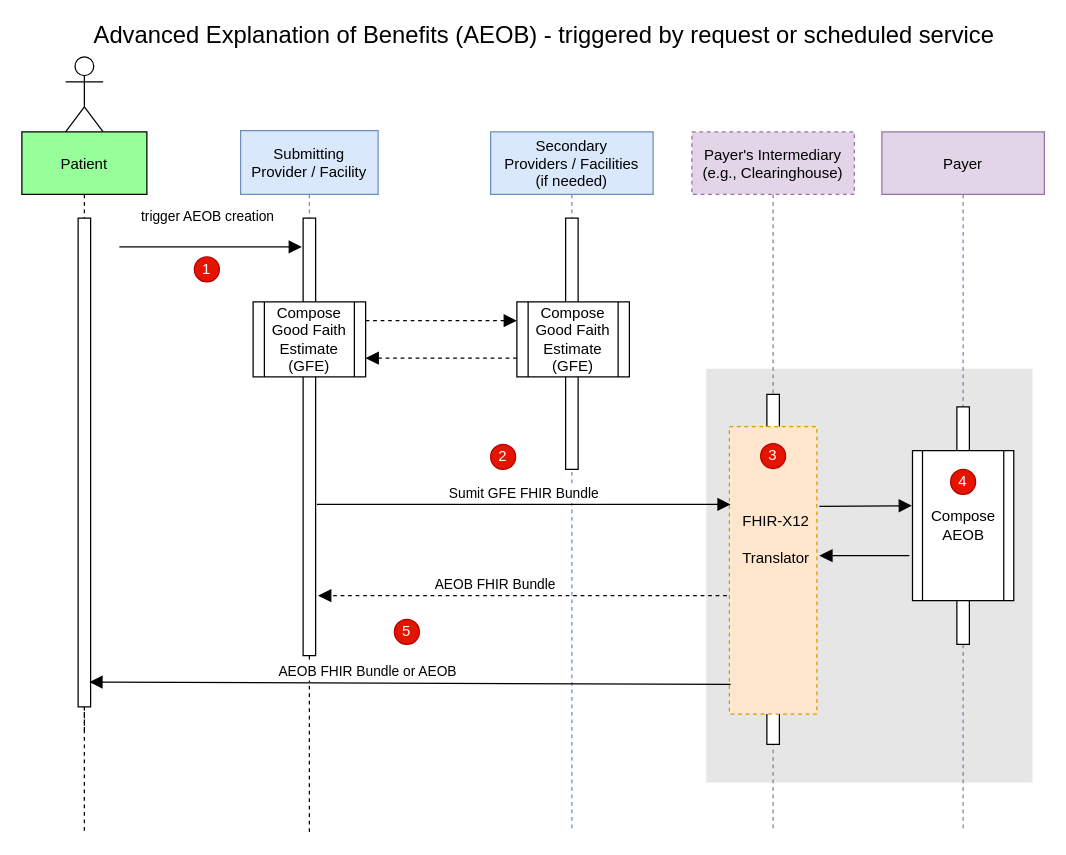
Earlier version of the draw.io diagram input/images/AEOB-interaction.drawio (HL7/davinci-pct). Source tidied: cells renumbered, new cells numbered last; positions are measured from the earlier drawing's top-left corner, leaving out a move shared by most shapes. Both pictures are drawn from the tidied source at 125%, with x=0, y=0 at pixel (21, 22).
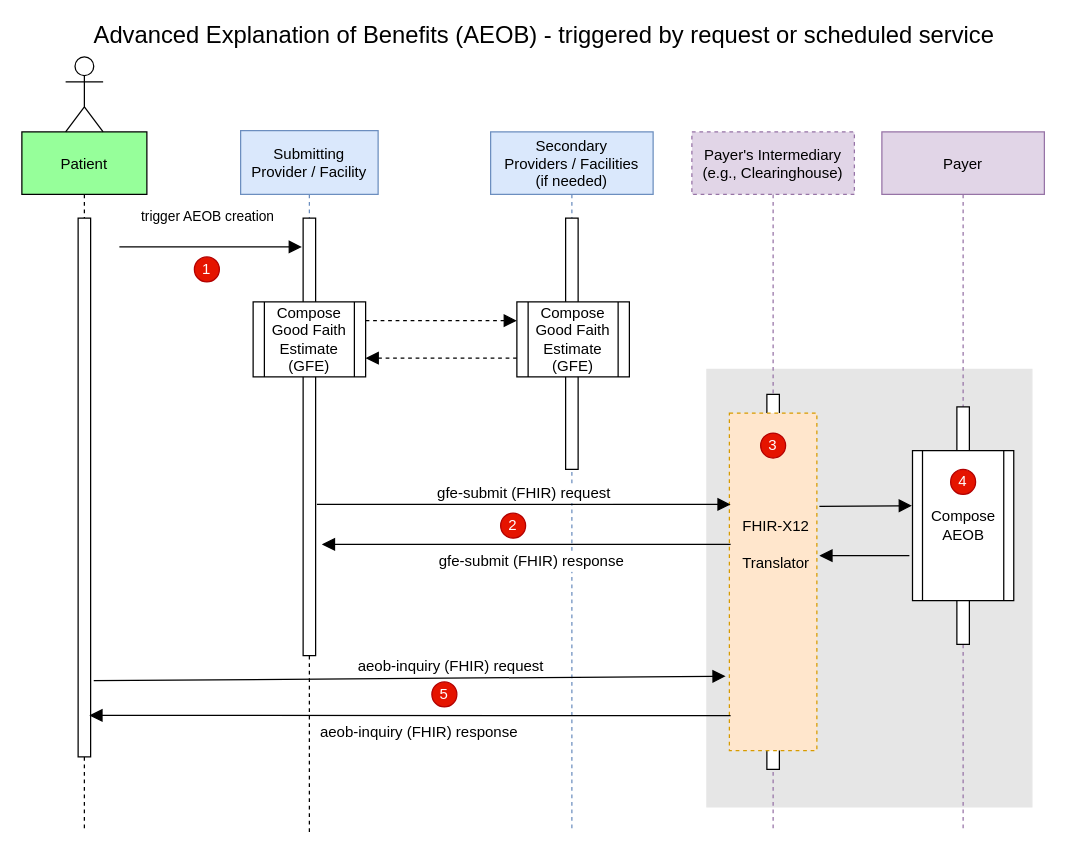
The same page after the edit.

The change refers to these unchanged cells:
```xml
<mxCell id="21" value="Payer's Intermediary&#10;(e.g., Clearinghouse)" style="shape=umlLifeline;perimeter=lifelinePerimeter;rounded=0;shadow=0;strokeWidth=1;fillColor=#e1d5e7;strokeColor=#9673a6;dashed=1;size=50;" parent="1" vertex="1">
  <mxGeometry x="536" y="87" width="130" height="560" as="geometry" />
</mxCell>
```

What changed in the source:
```diff
@@
     <mxCell id="2" value="Patient" style="shape=umlLifeline;perimeter=lifelinePerimeter;rounded=0;shadow=0;strokeWidth=1;fillColor=#96FF9A;size=50;" parent="1" vertex="1">
-      <mxGeometry y="87" width="100" height="480" as="geometry" />
+      <mxGeometry y="87" width="100" height="500" as="geometry" />
     </mxCell>
     <mxCell id="3" style="points=[];perimeter=orthogonalPerimeter;rounded=0;shadow=0;strokeWidth=1;" parent="2" vertex="1">
-      <mxGeometry x="45" y="69" width="10" height="391" as="geometry" />
+      <mxGeometry x="45" y="69" width="10" height="431" as="geometry" />
     </mxCell>
@@
     <mxCell id="18" value="2" style="ellipse;whiteSpace=wrap;html=1;fillColor=#e51400;strokeColor=#B20000;fontColor=#ffffff;" parent="1" vertex="1">
-      <mxGeometry x="375" y="337" width="20" height="20" as="geometry" />
+      <mxGeometry x="383" y="392" width="20" height="20" as="geometry" />
     </mxCell>
     <mxCell id="19" value="5" style="ellipse;whiteSpace=wrap;html=1;fillColor=#e51400;strokeColor=#B20000;fontColor=#ffffff;" parent="1" vertex="1">
-      <mxGeometry x="298" y="477" width="20" height="20" as="geometry" />
+      <mxGeometry x="328" y="527" width="20" height="20" as="geometry" />
     </mxCell>
     <mxCell id="20" style="perimeter=orthogonalPerimeter;rounded=0;shadow=0;strokeWidth=1;fillColor=#E6E6E6;strokeColor=#E6E6E6;" parent="1" vertex="1">
-      <mxGeometry x="548" y="277" width="260" height="330" as="geometry" />
+      <mxGeometry x="548" y="277" width="260" height="350" as="geometry" />
     </mxCell>
@@
     <mxCell id="22" style="perimeter=orthogonalPerimeter;rounded=0;shadow=0;strokeWidth=1;" parent="21" vertex="1">
-      <mxGeometry x="60" y="210" width="10" height="280" as="geometry" />
+      <mxGeometry x="60" y="210" width="10" height="300" as="geometry" />
     </mxCell>
@@
     <mxCell id="25" style="group;" parent="1" vertex="1">
-      <mxGeometry x="568" y="327" width="70" height="230" as="geometry" />
+      <mxGeometry x="568" y="317" width="70" height="270" as="geometry" />
     </mxCell>
     <mxCell id="26" style="rounded=0;whiteSpace=wrap;html=1;fillColor=#ffe6cc;strokeColor=#d79b00;dashed=1;" parent="25" vertex="1">
-      <mxGeometry x="-2" y="-4.3" width="70" height="230" as="geometry" />
+      <mxGeometry x="-2" y="-5.1" width="70" height="270" as="geometry" />
     </mxCell>
     <mxCell id="27" value="&lt;font style=&quot;font-size: 12px ; font-weight: normal&quot;&gt;FHIR-X12&lt;br&gt;Translator&lt;/font&gt;" style="text;strokeColor=none;fillColor=none;html=1;fontSize=24;fontStyle=1;verticalAlign=middle;align=center;" parent="25" vertex="1">
-      <mxGeometry y="43.6" width="70" height="76.7" as="geometry" />
+      <mxGeometry y="51.2" width="70" height="90" as="geometry" />
     </mxCell>
     <mxCell id="28" value="3" style="ellipse;whiteSpace=wrap;html=1;fillColor=#e51400;strokeColor=#B20000;fontColor=#ffffff;" parent="25" vertex="1">
-      <mxGeometry x="23" y="9.3" width="20" height="20" as="geometry" />
+      <mxGeometry x="23" y="10.9" width="20" height="20" as="geometry" />
     </mxCell>
@@
-    <mxCell id="31" value="AEOB FHIR Bundle or AEOB" style="verticalAlign=bottom;endArrow=block;endSize=8;shadow=0;strokeWidth=1;endFill=1;entryX=0.9;entryY=0.949;entryDx=0;entryDy=0;entryPerimeter=0;exitX=0.014;exitY=0.897;exitDx=0;exitDy=0;exitPerimeter=0;" parent="1" edge="1" source="26">
-      <mxGeometry x="0.13" relative="1" as="geometry">
-        <mxPoint x="54" y="527.1" as="targetPoint" />
-      </mxGeometry>
+    <mxCell id="31" value="aeob-inquiry (FHIR) response" style="verticalAlign=bottom;endArrow=block;endSize=8;shadow=0;strokeWidth=1;endFill=1;entryX=0.9;entryY=0.923;entryDx=0;entryDy=0;entryPerimeter=0;exitX=0.014;exitY=0.897;exitDx=0;exitDy=0;exitPerimeter=0;fontSize=12;" parent="1" edge="1" source="26" target="3">
+      <mxGeometry x="-0.03" y="23" relative="1" as="geometry" />
     </mxCell>
-    <mxCell id="32" value="AEOB FHIR Bundle" style="verticalAlign=bottom;endArrow=block;endSize=8;shadow=0;strokeWidth=1;endFill=1;dashed=1;" parent="1" edge="1">
-      <mxGeometry x="0.13" relative="1" as="geometry">
-        <mxPoint x="564" y="458" as="sourcePoint" />
-        <mxPoint x="237" y="458" as="targetPoint" />
-      </mxGeometry>
-    </mxCell>
-    <mxCell id="33" value="Sumit GFE FHIR Bundle" style="verticalAlign=bottom;endArrow=block;shadow=0;strokeWidth=1;entryX=-0.014;entryY=0.388;entryDx=0;entryDy=0;entryPerimeter=0;endSize=8;" parent="1" edge="1">
+    <mxCell id="33" value="gfe-submit (FHIR) request" style="verticalAlign=bottom;endArrow=block;shadow=0;strokeWidth=1;entryX=-0.014;entryY=0.388;entryDx=0;entryDy=0;entryPerimeter=0;endSize=8;fontSize=12;" parent="1" edge="1">
       <mxGeometry relative="1" as="geometry">
         <mxPoint x="236" y="385" as="sourcePoint" />
         <mxPoint x="567" y="385" as="targetPoint" />
       </mxGeometry>
     </mxCell>
@@
+    <mxCell id="36" value="aeob-inquiry (FHIR) request" style="verticalAlign=bottom;endArrow=block;endSize=8;shadow=0;strokeWidth=1;endFill=1;entryX=-0.043;entryY=0.78;entryDx=0;entryDy=0;entryPerimeter=0;fontSize=12;" parent="1" edge="1" target="26">
+      <mxGeometry x="0.13" relative="1" as="geometry">
+        <mxPoint x="57.5" y="526" as="sourcePoint" />
+      </mxGeometry>
+    </mxCell>
+    <mxCell id="37" value="gfe-submit (FHIR) response" style="verticalAlign=bottom;endArrow=block;endSize=8;shadow=0;strokeWidth=1;endFill=1;fontSize=12;" parent="1" edge="1">
+      <mxGeometry x="-0.03" y="23" relative="1" as="geometry">
+        <mxPoint x="567" y="417" as="sourcePoint" />
+        <mxPoint x="240" y="417" as="targetPoint" />
+      </mxGeometry>
+    </mxCell>
```
